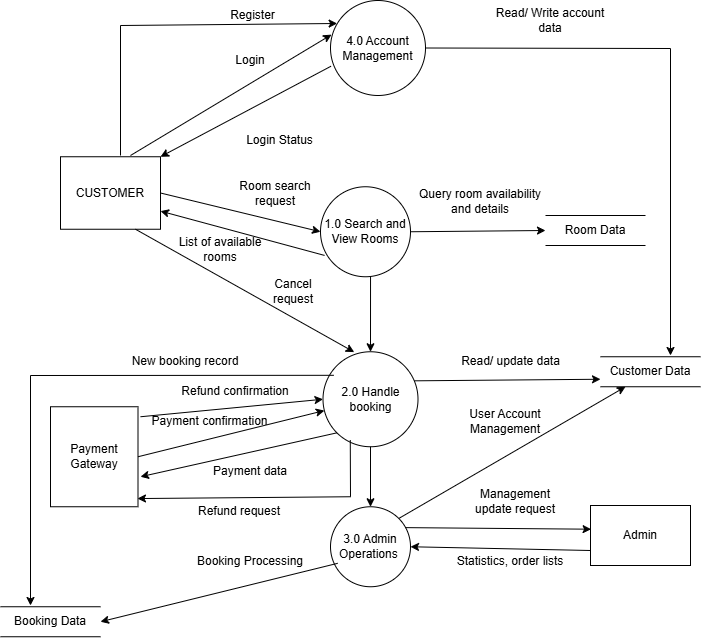
hoaipv3120-blip/project-of-group-11 keeps this draw.io diagram as Group 11-DFD Level 1.drawio.png. Above is the earlier version. Source tidied: cells renumbered, new cells last; positions are measured from the earlier drawing's top-left corner, leaving out a move shared by most shapes.
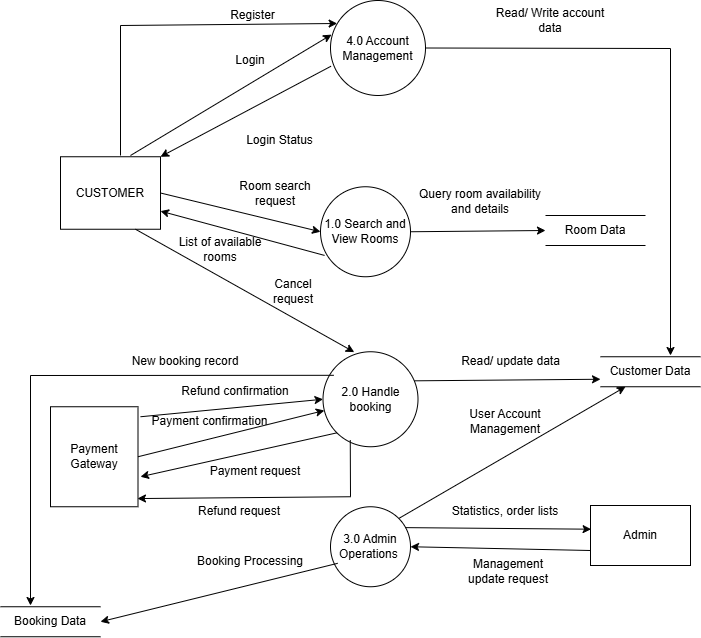
The same file after the commit.

The edit, as a diff of the source:
```diff
@@ -9,16 +9,16 @@
       <mxGeometry x="170" y="233.8" width="100" height="30" as="geometry" />
     </mxCell>
     <mxCell id="4" value="Management update request" style="text;html=1;whiteSpace=wrap;strokeColor=none;fillColor=none;align=center;verticalAlign=middle;rounded=0;" parent="1" vertex="1">
-      <mxGeometry x="465" y="486.2" width="100" height="30" as="geometry" />
+      <mxGeometry x="457.5" y="556.2" width="100" height="30" as="geometry" />
     </mxCell>
     <mxCell id="5" value="Statistics, order lists" style="text;html=1;whiteSpace=wrap;strokeColor=none;fillColor=none;align=center;verticalAlign=middle;rounded=0;" parent="1" vertex="1">
-      <mxGeometry x="455" y="546.2" width="110" height="30" as="geometry" />
+      <mxGeometry x="450" y="496.2" width="110" height="30" as="geometry" />
     </mxCell>
     <mxCell id="6" value="Payment confirmation" style="text;html=1;whiteSpace=wrap;strokeColor=none;fillColor=none;align=center;verticalAlign=middle;rounded=0;" parent="1" vertex="1">
       <mxGeometry x="147.5" y="406.2" width="122.5" height="30" as="geometry" />
     </mxCell>
-    <mxCell id="7" value="Payment data" style="text;html=1;whiteSpace=wrap;strokeColor=none;fillColor=none;align=center;verticalAlign=middle;rounded=0;" parent="1" vertex="1">
-      <mxGeometry x="210" y="456.2" width="80" height="30" as="geometry" />
+    <mxCell id="7" value="Payment request" style="text;html=1;whiteSpace=wrap;strokeColor=none;fillColor=none;align=center;verticalAlign=middle;rounded=0;" parent="1" vertex="1">
+      <mxGeometry x="200" y="456.2" width="110" height="30" as="geometry" />
     </mxCell>
     <mxCell id="8" value="1.0&amp;nbsp;Search and View Rooms" style="shape=ellipse;html=1;dashed=0;whiteSpace=wrap;perimeter=ellipsePerimeter;rounded=0;shadow=0;glass=0;strokeColor=default;strokeWidth=1;align=center;verticalAlign=middle;fontFamily=Helvetica;fontSize=12;fontColor=default;fillColor=default;gradientColor=none;" parent="1" vertex="1">
       <mxGeometry x="320" y="186.2" width="90" height="90" as="geometry" />
@@ -82,12 +82,6 @@
     <mxCell id="27" value="Read/ update data" style="text;html=1;whiteSpace=wrap;strokeColor=none;fillColor=none;align=center;verticalAlign=middle;rounded=0;fontFamily=Helvetica;fontSize=12;fontColor=default;" parent="1" vertex="1">
       <mxGeometry x="457.5" y="346.2" width="105" height="30" as="geometry" />
     </mxCell>
-    <mxCell id="28" style="endArrow=classic;html=1;rounded=0;fontFamily=Helvetica;fontSize=12;fontColor=default;entryX=0.5;entryY=0;entryDx=0;entryDy=0;exitX=0.556;exitY=1;exitDx=0;exitDy=0;exitPerimeter=0;" parent="1" edge="1" source="8" target="12">
-      <mxGeometry relative="1" as="geometry" />
-    </mxCell>
-    <mxCell id="29" style="endArrow=classic;html=1;rounded=0;fontFamily=Helvetica;fontSize=12;fontColor=default;exitX=0.5;exitY=1;exitDx=0;exitDy=0;entryX=0.5;entryY=0;entryDx=0;entryDy=0;" parent="1" edge="1" source="12" target="17">
-      <mxGeometry relative="1" as="geometry" />
-    </mxCell>
     <mxCell id="30" style="endArrow=classic;html=1;rounded=0;entryX=0.994;entryY=0.918;entryDx=0;entryDy=0;entryPerimeter=0;exitX=0.287;exitY=0.931;exitDx=0;exitDy=0;exitPerimeter=0;" parent="1" edge="1" source="12" target="13">
       <mxGeometry relative="1" as="geometry">
         <Array as="points">
```
